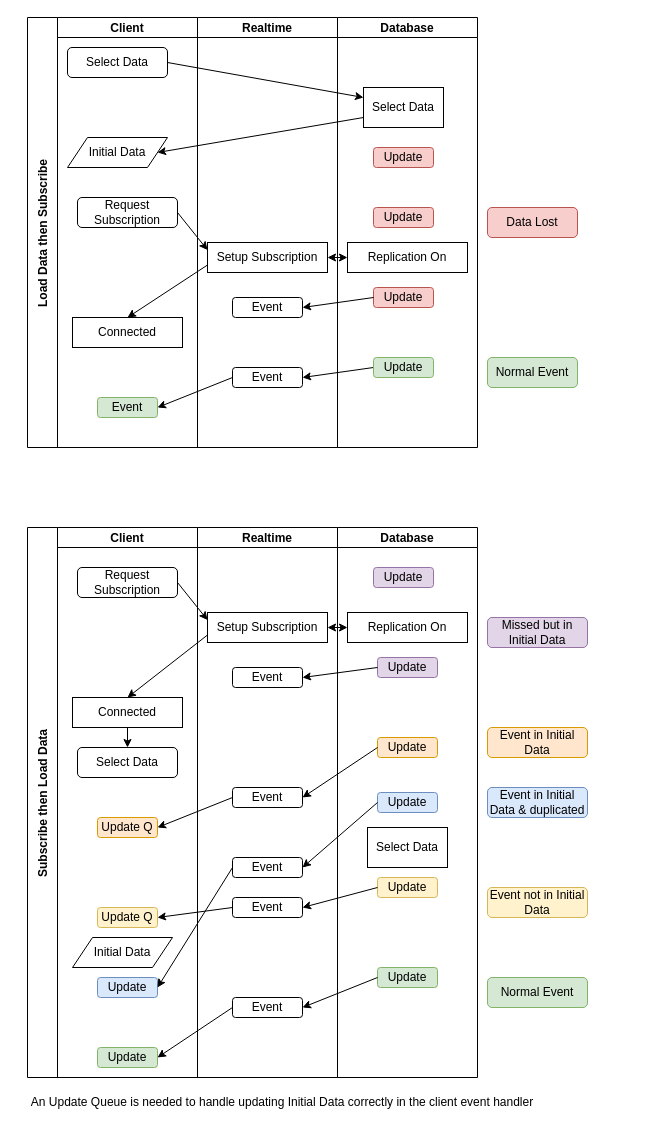
Above: Untitled Diagram.drawio in GaryAustin1/Realtime2 (draw.io), before the change. Source tidied: cells renumbered, new cells numbered last; positions are measured from the earlier drawing's top-left corner, leaving out a move shared by most shapes. Both pictures are drawn from the tidied source at 100%, with x=0, y=0 at pixel (17, 17).
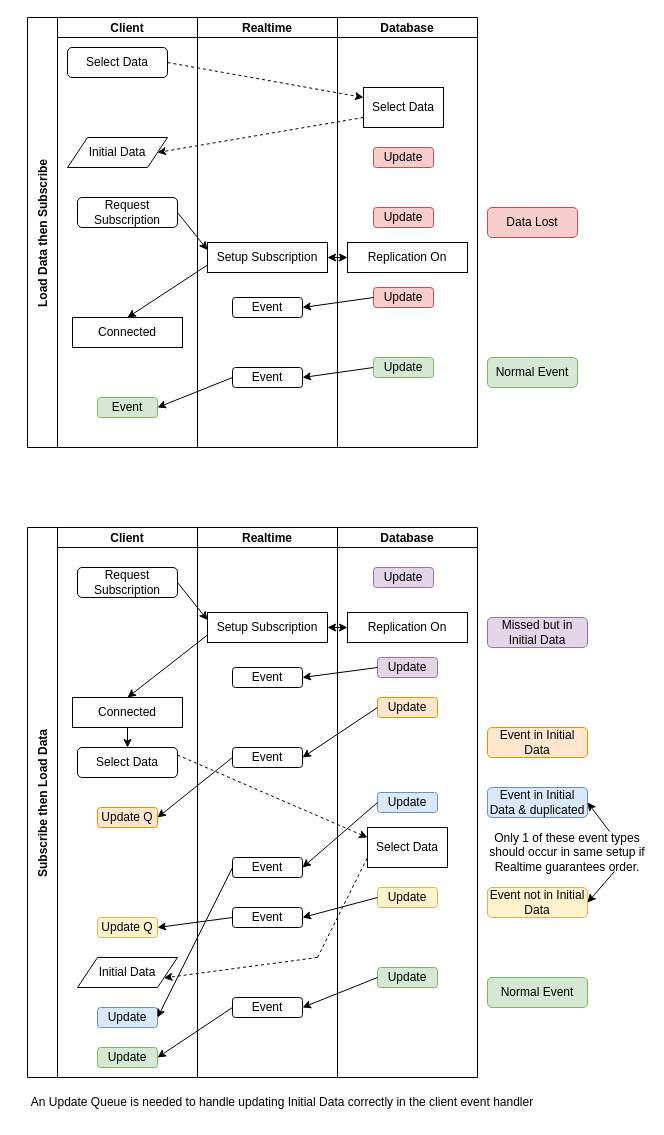
Above is the later version.

The change refers to these unchanged cells:
```xml
<mxCell id="4" value="Select Data" style="rounded=1;whiteSpace=wrap;html=1;" parent="3" vertex="1">
  <mxGeometry x="10" y="30" width="100" height="30" as="geometry" />
</mxCell>
<mxCell id="5" value="Initial Data" style="shape=parallelogram;perimeter=parallelogramPerimeter;whiteSpace=wrap;html=1;fixedSize=1;" parent="3" vertex="1">
  <mxGeometry x="10" y="120" width="100" height="30" as="geometry" />
</mxCell>
<mxCell id="11" value="Client" style="swimlane;startSize=20;" parent="10" vertex="1">
  <mxGeometry x="30" width="140" height="550" as="geometry" />
</mxCell>
<mxCell id="12" value="Select Data" style="rounded=1;whiteSpace=wrap;html=1;" parent="11" vertex="1">
  <mxGeometry x="20" y="220" width="100" height="30" as="geometry" />
</mxCell>
<mxCell id="22" value="Realtime" style="swimlane;startSize=20;" parent="1" vertex="1">
  <mxGeometry x="180" y="510" width="140" height="550" as="geometry" />
</mxCell>
<mxCell id="32" value="Database" style="swimlane;startSize=20;" parent="1" vertex="1">
  <mxGeometry x="320" y="510" width="140" height="550" as="geometry" />
</mxCell>
<mxCell id="33" value="Select Data" style="rounded=0;whiteSpace=wrap;html=1;" parent="32" vertex="1">
  <mxGeometry x="30" y="300" width="80" height="40" as="geometry" />
</mxCell>
<mxCell id="49" value="Event in Initial Data &amp;amp; duplicated" style="rounded=1;whiteSpace=wrap;html=1;fillColor=#dae8fc;strokeColor=#6c8ebf;" parent="1" vertex="1">
  <mxGeometry x="470" y="770" width="100" height="30" as="geometry" />
</mxCell>
<mxCell id="55" value="Select Data" style="rounded=0;whiteSpace=wrap;html=1;" parent="54" vertex="1">
  <mxGeometry x="26" y="70" width="80" height="40" as="geometry" />
</mxCell>
<mxCell id="75" value="Event not in Initial Data" style="rounded=1;whiteSpace=wrap;html=1;fillColor=#fff2cc;strokeColor=#d6b656;" parent="1" vertex="1">
  <mxGeometry x="470" y="870" width="100" height="30" as="geometry" />
</mxCell>
```

Change to the diagram source:
```diff
@@
     <mxCell id="13" value="Initial Data" style="shape=parallelogram;perimeter=parallelogramPerimeter;whiteSpace=wrap;html=1;fixedSize=1;" parent="11" vertex="1">
-      <mxGeometry x="15" y="410" width="100" height="30" as="geometry" />
+      <mxGeometry x="20" y="430" width="100" height="30" as="geometry" />
     </mxCell>
@@
     <mxCell id="17" value="Update Q" style="rounded=1;whiteSpace=wrap;html=1;fillColor=#ffe6cc;strokeColor=#d79b00;" parent="11" vertex="1">
-      <mxGeometry x="40" y="290" width="60" height="20" as="geometry" />
+      <mxGeometry x="40" y="280" width="60" height="20" as="geometry" />
     </mxCell>
     <mxCell id="18" value="Update Q" style="rounded=1;whiteSpace=wrap;html=1;fillColor=#fff2cc;strokeColor=#d6b656;" parent="11" vertex="1">
-      <mxGeometry x="40" y="380" width="60" height="20" as="geometry" />
+      <mxGeometry x="40" y="390" width="60" height="20" as="geometry" />
     </mxCell>
@@
     <mxCell id="20" value="Update" style="rounded=1;whiteSpace=wrap;html=1;fillColor=#dae8fc;strokeColor=#6c8ebf;" parent="11" vertex="1">
-      <mxGeometry x="40" y="450" width="60" height="20" as="geometry" />
+      <mxGeometry x="40" y="480" width="60" height="20" as="geometry" />
     </mxCell>
@@
     <mxCell id="25" value="Event" style="rounded=1;whiteSpace=wrap;html=1;" parent="22" vertex="1">
-      <mxGeometry x="35" y="260" width="70" height="20" as="geometry" />
+      <mxGeometry x="35" y="220" width="70" height="20" as="geometry" />
     </mxCell>
@@
     <mxCell id="27" value="Event" style="rounded=1;whiteSpace=wrap;html=1;" parent="22" vertex="1">
-      <mxGeometry x="35" y="370" width="70" height="20" as="geometry" />
+      <mxGeometry x="35" y="380" width="70" height="20" as="geometry" />
     </mxCell>
@@
     <mxCell id="38" value="Update" style="rounded=1;whiteSpace=wrap;html=1;fillColor=#ffe6cc;strokeColor=#d79b00;" parent="32" vertex="1">
-      <mxGeometry x="40" y="210" width="60" height="20" as="geometry" />
+      <mxGeometry x="40" y="170" width="60" height="20" as="geometry" />
     </mxCell>
     <mxCell id="39" value="Update" style="rounded=1;whiteSpace=wrap;html=1;fillColor=#fff2cc;strokeColor=#d6b656;" parent="32" vertex="1">
-      <mxGeometry x="40" y="350" width="60" height="20" as="geometry" />
+      <mxGeometry x="40" y="360" width="60" height="20" as="geometry" />
     </mxCell>
@@
-    <mxCell id="51" style="endArrow=classic;html=1;rounded=0;exitX=1;exitY=0.5;exitDx=0;exitDy=0;entryX=0;entryY=0.25;entryDx=0;entryDy=0;" parent="1" edge="1" source="4" target="55">
+    <mxCell id="51" style="endArrow=classic;html=1;rounded=0;exitX=1;exitY=0.5;exitDx=0;exitDy=0;entryX=0;entryY=0.25;entryDx=0;entryDy=0;dashed=1;" parent="1" edge="1" source="4" target="55">
       <mxGeometry relative="1" as="geometry" />
     </mxCell>
-    <mxCell id="52" style="endArrow=classic;html=1;rounded=0;entryX=1;entryY=0.5;entryDx=0;entryDy=0;exitX=0;exitY=0.75;exitDx=0;exitDy=0;" parent="1" edge="1" source="55" target="5">
+    <mxCell id="52" style="endArrow=classic;html=1;rounded=0;entryX=1;entryY=0.5;entryDx=0;entryDy=0;exitX=0;exitY=0.75;exitDx=0;exitDy=0;dashed=1;" parent="1" edge="1" source="55" target="5">
       <mxGeometry relative="1" as="geometry" />
     </mxCell>
@@
+    <mxCell id="76" style="endArrow=classic;html=1;rounded=0;exitX=1;exitY=0.25;exitDx=0;exitDy=0;entryX=0;entryY=0.25;entryDx=0;entryDy=0;dashed=1;" parent="1" edge="1" source="12" target="33">
+      <mxGeometry relative="1" as="geometry" />
+    </mxCell>
+    <mxCell id="77" style="endArrow=none;html=1;rounded=0;entryX=0;entryY=0.75;entryDx=0;entryDy=0;dashed=1;" parent="1" edge="1" target="33">
+      <mxGeometry relative="1" as="geometry">
+        <mxPoint x="300" y="940" as="sourcePoint" />
+      </mxGeometry>
+    </mxCell>
+    <mxCell id="78" style="endArrow=classic;html=1;rounded=0;entryX=1;entryY=0.75;entryDx=0;entryDy=0;dashed=1;" parent="1" edge="1" target="13">
+      <mxGeometry relative="1" as="geometry">
+        <mxPoint x="300" y="940" as="sourcePoint" />
+      </mxGeometry>
+    </mxCell>
+    <mxCell id="79" value="Only 1 of these event types should occur in same setup if Realtime guarantees order." style="text;strokeColor=none;align=center;fillColor=none;html=1;verticalAlign=middle;whiteSpace=wrap;rounded=0;" parent="1" vertex="1">
+      <mxGeometry x="470" y="820" width="160" height="30" as="geometry" />
+    </mxCell>
+    <mxCell id="80" style="endArrow=classic;html=1;rounded=0;exitX=0.763;exitY=-0.2;exitDx=0;exitDy=0;entryX=1;entryY=0.5;entryDx=0;entryDy=0;exitPerimeter=0;" parent="1" edge="1" source="79" target="49">
+      <mxGeometry relative="1" as="geometry" />
+    </mxCell>
+    <mxCell id="81" style="endArrow=classic;html=1;rounded=0;exitX=0.794;exitY=1.133;exitDx=0;exitDy=0;exitPerimeter=0;entryX=1;entryY=0.5;entryDx=0;entryDy=0;" parent="1" edge="1" source="79" target="75">
+      <mxGeometry relative="1" as="geometry" />
+    </mxCell>
```
